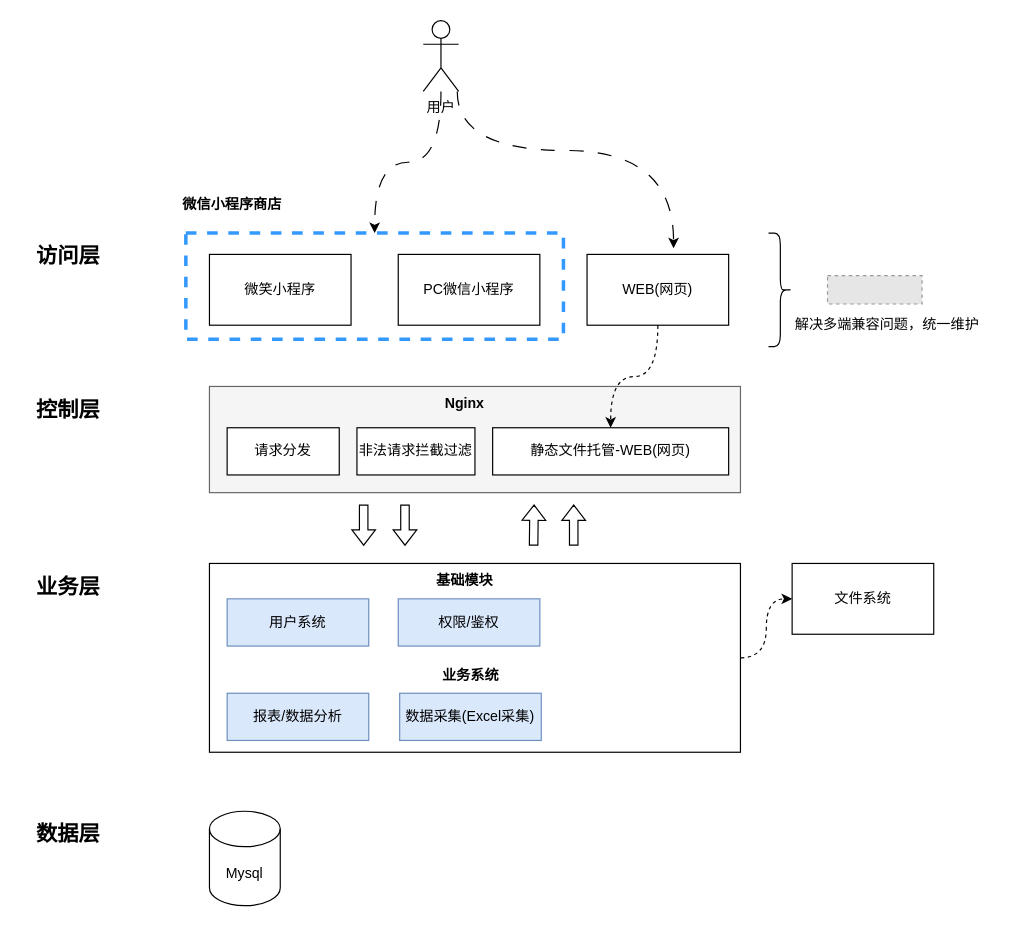
cherishsince/cherishsince keeps this draw.io diagram as 未命名绘图.drawio. Above is the earlier version. Source tidied: cells renumbered, new cells numbered last; positions are measured from the earlier drawing's top-left corner, leaving out a move shared by most shapes. Both pictures are drawn from the tidied source at 118%, with x=0, y=0 at pixel (20, 20). Pictures stored in the file or linked from it are replaced by grey dashed boxes.
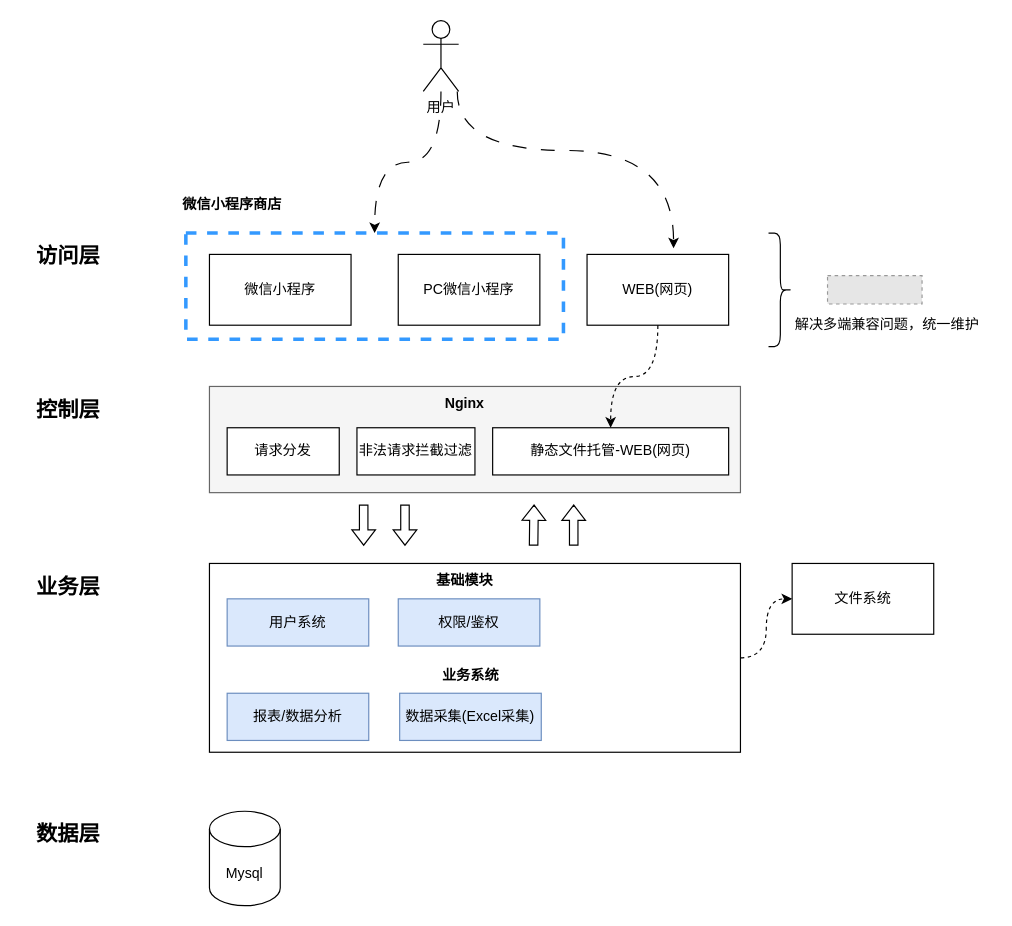
Above is the later version.

Commit message:
更新未命名绘图.drawio

The edit, as a diff of the source:
```diff
@@
-    <mxCell id="9" value="微笑小程序" style="rounded=0;whiteSpace=wrap;html=1;" parent="1" vertex="1">
+    <mxCell id="9" value="微信小程序" style="rounded=0;whiteSpace=wrap;html=1;" parent="1" vertex="1">
       <mxGeometry x="160" y="198.1" width="120" height="60" as="geometry" />
     </mxCell>
```
